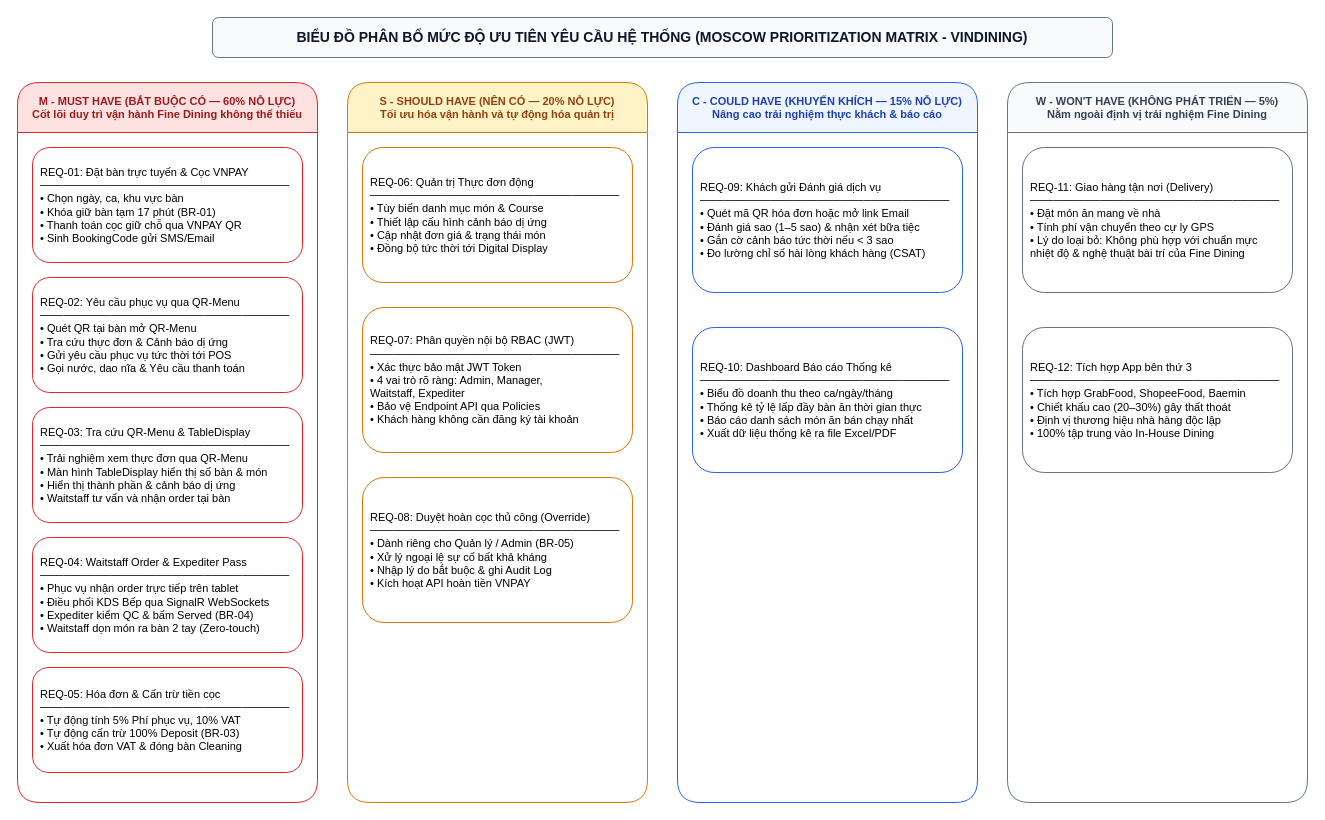
Above: docs/phase1/drawio/moscow_prioritization.drawio in AndrewQng/VinDining (draw.io), before the change. Source tidied: cells renumbered, new cells numbered last; positions are measured from the earlier drawing's top-left corner, leaving out a move shared by most shapes. Both pictures are drawn from the tidied source at 100%, with x=0, y=0 at pixel (17, 17).
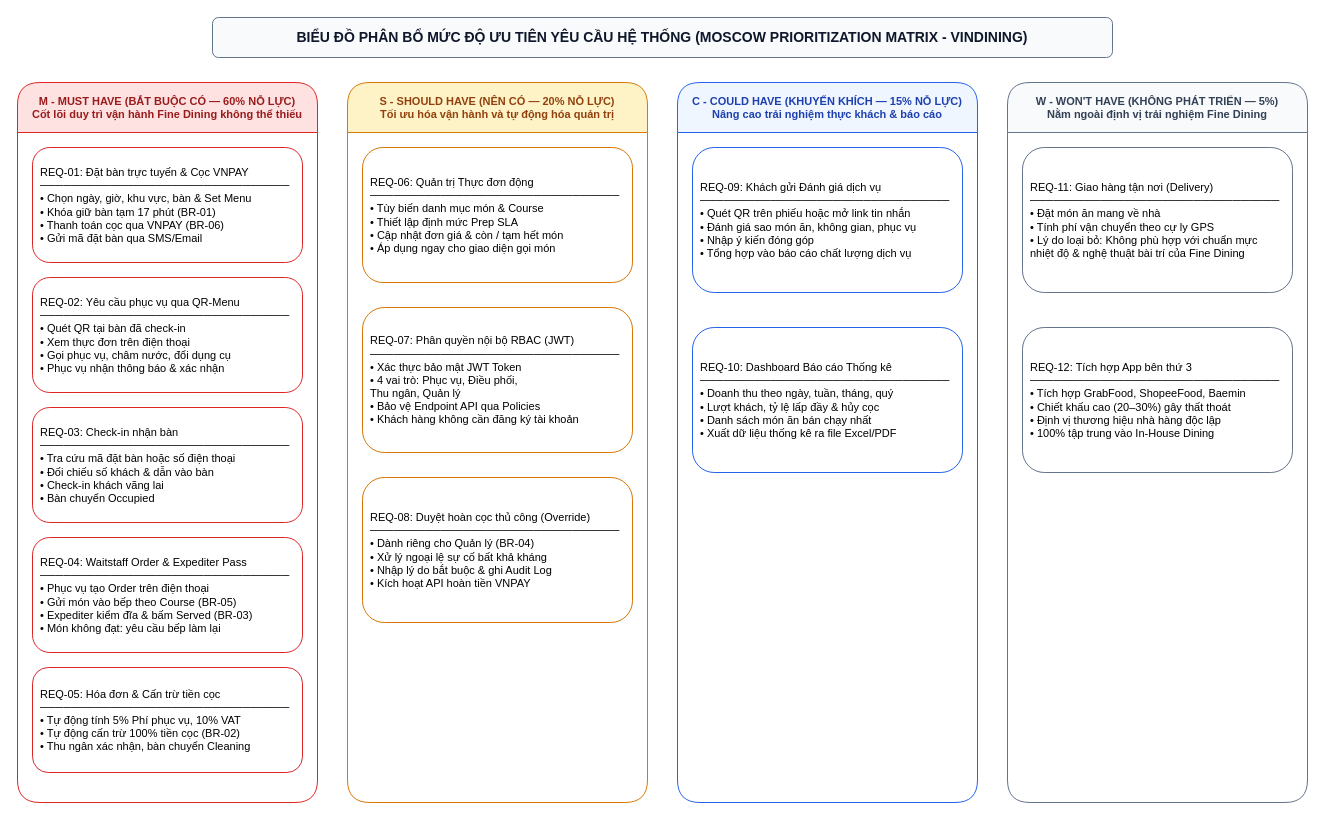
The same page after the edit.

The edit, as a diff of the source:
```diff
@@
 <mxGraphModel>
   <root>
     <mxCell id="0" />
     <mxCell id="1" parent="0" />
     <mxCell id="2" value="BIỂU ĐỒ PHÂN BỔ MỨC ĐỘ ƯU TIÊN YÊU CẦU HỆ THỐNG (MOSCOW PRIORITIZATION MATRIX - VINDINING)" style="rounded=1;whiteSpace=wrap;html=1;fillColor=#f8fafc;strokeColor=#64748b;fontStyle=1;fontSize=14;fontColor=#0f172a;" parent="1" vertex="1">
       <mxGeometry x="195" width="900" height="40" as="geometry" />
     </mxCell>
     <mxCell id="3" value="M - MUST HAVE (BẮT BUỘC CÓ — 60% NỖ LỰC)&#10;Cốt lõi duy trì vận hành Fine Dining không thể thiếu" style="swimlane;startSize=50;fillColor=#fee2e2;strokeColor=#dc2626;fontStyle=1;rounded=1;fontSize=11;fontColor=#991b1b;" parent="1" vertex="1">
       <mxGeometry y="65" width="300" height="720" as="geometry" />
     </mxCell>
-    <mxCell id="4" value="REQ-01: Đặt bàn trực tuyến &amp; Cọc VNPAY&#10;────────────────────────────────&#10;• Chọn ngày, ca, khu vực bàn&#10;• Khóa giữ bàn tạm 17 phút (BR-01)&#10;• Thanh toán cọc giữ chỗ qua VNPAY QR&#10;• Sinh BookingCode gửi SMS/Email" style="rounded=1;whiteSpace=wrap;html=1;fillColor=#ffffff;strokeColor=#dc2626;align=left;spacing=8;fontSize=11;" parent="3" vertex="1">
+    <mxCell id="4" value="REQ-01: Đặt bàn trực tuyến &amp; Cọc VNPAY&#10;────────────────────────────────&#10;• Chọn ngày, giờ, khu vực, bàn &amp; Set Menu&#10;• Khóa giữ bàn tạm 17 phút (BR-01)&#10;• Thanh toán cọc qua VNPAY (BR-06)&#10;• Gửi mã đặt bàn qua SMS/Email" style="rounded=1;whiteSpace=wrap;html=1;fillColor=#ffffff;strokeColor=#dc2626;align=left;spacing=8;fontSize=11;" parent="3" vertex="1">
       <mxGeometry x="15" y="65" width="270" height="115" as="geometry" />
     </mxCell>
-    <mxCell id="5" value="REQ-02: Yêu cầu phục vụ qua QR-Menu&#10;────────────────────────────────&#10;• Quét QR tại bàn mở QR-Menu&#10;• Tra cứu thực đơn &amp; Cảnh báo dị ứng&#10;• Gửi yêu cầu phục vụ tức thời tới POS&#10;• Gọi nước, dao nĩa &amp; Yêu cầu thanh toán" style="rounded=1;whiteSpace=wrap;html=1;fillColor=#ffffff;strokeColor=#dc2626;align=left;spacing=8;fontSize=11;" parent="3" vertex="1">
+    <mxCell id="5" value="REQ-02: Yêu cầu phục vụ qua QR-Menu&#10;────────────────────────────────&#10;• Quét QR tại bàn đã check-in&#10;• Xem thực đơn trên điện thoại&#10;• Gọi phục vụ, châm nước, đổi dụng cụ&#10;• Phục vụ nhận thông báo &amp; xác nhận" style="rounded=1;whiteSpace=wrap;html=1;fillColor=#ffffff;strokeColor=#dc2626;align=left;spacing=8;fontSize=11;" parent="3" vertex="1">
       <mxGeometry x="15" y="195" width="270" height="115" as="geometry" />
     </mxCell>
-    <mxCell id="6" value="REQ-03: Tra cứu QR-Menu &amp; TableDisplay&#10;────────────────────────────────&#10;• Trải nghiệm xem thực đơn qua QR-Menu&#10;• Màn hình TableDisplay hiển thị số bàn &amp; món&#10;• Hiển thị thành phần &amp; cảnh báo dị ứng&#10;• Waitstaff tư vấn và nhận order tại bàn" style="rounded=1;whiteSpace=wrap;html=1;fillColor=#ffffff;strokeColor=#dc2626;align=left;spacing=8;fontSize=11;" parent="3" vertex="1">
+    <mxCell id="6" value="REQ-03: Check-in nhận bàn&#10;────────────────────────────────&#10;• Tra cứu mã đặt bàn hoặc số điện thoại&#10;• Đối chiếu số khách &amp; dẫn vào bàn&#10;• Check-in khách vãng lai&#10;• Bàn chuyển Occupied" style="rounded=1;whiteSpace=wrap;html=1;fillColor=#ffffff;strokeColor=#dc2626;align=left;spacing=8;fontSize=11;" parent="3" vertex="1">
       <mxGeometry x="15" y="325" width="270" height="115" as="geometry" />
     </mxCell>
-    <mxCell id="7" value="REQ-04: Waitstaff Order &amp; Expediter Pass&#10;────────────────────────────────&#10;• Phục vụ nhận order trực tiếp trên tablet&#10;• Điều phối KDS Bếp qua SignalR WebSockets&#10;• Expediter kiểm QC &amp; bấm Served (BR-04)&#10;• Waitstaff dọn món ra bàn 2 tay (Zero-touch)" style="rounded=1;whiteSpace=wrap;html=1;fillColor=#ffffff;strokeColor=#dc2626;align=left;spacing=8;fontSize=11;" parent="3" vertex="1">
+    <mxCell id="7" value="REQ-04: Waitstaff Order &amp; Expediter Pass&#10;────────────────────────────────&#10;• Phục vụ tạo Order trên điện thoại&#10;• Gửi món vào bếp theo Course (BR-05)&#10;• Expediter kiểm đĩa &amp; bấm Served (BR-03)&#10;• Món không đạt: yêu cầu bếp làm lại" style="rounded=1;whiteSpace=wrap;html=1;fillColor=#ffffff;strokeColor=#dc2626;align=left;spacing=8;fontSize=11;" parent="3" vertex="1">
       <mxGeometry x="15" y="455" width="270" height="115" as="geometry" />
     </mxCell>
-    <mxCell id="8" value="REQ-05: Hóa đơn &amp; Cấn trừ tiền cọc&#10;────────────────────────────────&#10;• Tự động tính 5% Phí phục vụ, 10% VAT&#10;• Tự động cấn trừ 100% Deposit (BR-03)&#10;• Xuất hóa đơn VAT &amp; đóng bàn Cleaning" style="rounded=1;whiteSpace=wrap;html=1;fillColor=#ffffff;strokeColor=#dc2626;align=left;spacing=8;fontSize=11;" parent="3" vertex="1">
+    <mxCell id="8" value="REQ-05: Hóa đơn &amp; Cấn trừ tiền cọc&#10;────────────────────────────────&#10;• Tự động tính 5% Phí phục vụ, 10% VAT&#10;• Tự động cấn trừ 100% tiền cọc (BR-02)&#10;• Thu ngân xác nhận, bàn chuyển Cleaning" style="rounded=1;whiteSpace=wrap;html=1;fillColor=#ffffff;strokeColor=#dc2626;align=left;spacing=8;fontSize=11;" parent="3" vertex="1">
       <mxGeometry x="15" y="585" width="270" height="105" as="geometry" />
     </mxCell>
     <mxCell id="9" value="S - SHOULD HAVE (NÊN CÓ — 20% NỖ LỰC)&#10;Tối ưu hóa vận hành và tự động hóa quản trị" style="swimlane;startSize=50;fillColor=#fef3c7;strokeColor=#d97706;fontStyle=1;rounded=1;fontSize=11;fontColor=#92400e;" parent="1" vertex="1">
       <mxGeometry x="330" y="65" width="300" height="720" as="geometry" />
     </mxCell>
-    <mxCell id="10" value="REQ-06: Quản trị Thực đơn động&#10;────────────────────────────────&#10;• Tùy biến danh mục món &amp; Course&#10;• Thiết lập cấu hình cảnh báo dị ứng&#10;• Cập nhật đơn giá &amp; trạng thái món&#10;• Đồng bộ tức thời tới Digital Display" style="rounded=1;whiteSpace=wrap;html=1;fillColor=#ffffff;strokeColor=#d97706;align=left;spacing=8;fontSize=11;" parent="9" vertex="1">
+    <mxCell id="10" value="REQ-06: Quản trị Thực đơn động&#10;────────────────────────────────&#10;• Tùy biến danh mục món &amp; Course&#10;• Thiết lập định mức Prep SLA&#10;• Cập nhật đơn giá &amp; còn / tạm hết món&#10;• Áp dụng ngay cho giao diện gọi món" style="rounded=1;whiteSpace=wrap;html=1;fillColor=#ffffff;strokeColor=#d97706;align=left;spacing=8;fontSize=11;" parent="9" vertex="1">
       <mxGeometry x="15" y="65" width="270" height="135" as="geometry" />
     </mxCell>
-    <mxCell id="11" value="REQ-07: Phân quyền nội bộ RBAC (JWT)&#10;────────────────────────────────&#10;• Xác thực bảo mật JWT Token&#10;• 4 vai trò rõ ràng: Admin, Manager,&#10;  Waitstaff, Expediter&#10;• Bảo vệ Endpoint API qua Policies&#10;• Khách hàng không cần đăng ký tài khoản" style="rounded=1;whiteSpace=wrap;html=1;fillColor=#ffffff;strokeColor=#d97706;align=left;spacing=8;fontSize=11;" parent="9" vertex="1">
+    <mxCell id="11" value="REQ-07: Phân quyền nội bộ RBAC (JWT)&#10;────────────────────────────────&#10;• Xác thực bảo mật JWT Token&#10;• 4 vai trò: Phục vụ, Điều phối,&#10;  Thu ngân, Quản lý&#10;• Bảo vệ Endpoint API qua Policies&#10;• Khách hàng không cần đăng ký tài khoản" style="rounded=1;whiteSpace=wrap;html=1;fillColor=#ffffff;strokeColor=#d97706;align=left;spacing=8;fontSize=11;" parent="9" vertex="1">
       <mxGeometry x="15" y="225" width="270" height="145" as="geometry" />
     </mxCell>
-    <mxCell id="12" value="REQ-08: Duyệt hoàn cọc thủ công (Override)&#10;────────────────────────────────&#10;• Dành riêng cho Quản lý / Admin (BR-05)&#10;• Xử lý ngoại lệ sự cố bất khả kháng&#10;• Nhập lý do bắt buộc &amp; ghi Audit Log&#10;• Kích hoạt API hoàn tiền VNPAY" style="rounded=1;whiteSpace=wrap;html=1;fillColor=#ffffff;strokeColor=#d97706;align=left;spacing=8;fontSize=11;" parent="9" vertex="1">
+    <mxCell id="12" value="REQ-08: Duyệt hoàn cọc thủ công (Override)&#10;────────────────────────────────&#10;• Dành riêng cho Quản lý (BR-04)&#10;• Xử lý ngoại lệ sự cố bất khả kháng&#10;• Nhập lý do bắt buộc &amp; ghi Audit Log&#10;• Kích hoạt API hoàn tiền VNPAY" style="rounded=1;whiteSpace=wrap;html=1;fillColor=#ffffff;strokeColor=#d97706;align=left;spacing=8;fontSize=11;" parent="9" vertex="1">
       <mxGeometry x="15" y="395" width="270" height="145" as="geometry" />
     </mxCell>
     <mxCell id="13" value="C - COULD HAVE (KHUYẾN KHÍCH — 15% NỖ LỰC)&#10;Nâng cao trải nghiệm thực khách &amp; báo cáo" style="swimlane;startSize=50;fillColor=#eff6ff;strokeColor=#2563eb;fontStyle=1;rounded=1;fontSize=11;fontColor=#1e40af;" parent="1" vertex="1">
       <mxGeometry x="660" y="65" width="300" height="720" as="geometry" />
     </mxCell>
-    <mxCell id="14" value="REQ-09: Khách gửi Đánh giá dịch vụ&#10;────────────────────────────────&#10;• Quét mã QR hóa đơn hoặc mở link Email&#10;• Đánh giá sao (1–5 sao) &amp; nhận xét bữa tiệc&#10;• Gắn cờ cảnh báo tức thời nếu &lt; 3 sao&#10;• Đo lường chỉ số hài lòng khách hàng (CSAT)" style="rounded=1;whiteSpace=wrap;html=1;fillColor=#ffffff;strokeColor=#2563eb;align=left;spacing=8;fontSize=11;" parent="13" vertex="1">
+    <mxCell id="14" value="REQ-09: Khách gửi Đánh giá dịch vụ&#10;────────────────────────────────&#10;• Quét QR trên phiếu hoặc mở link tin nhắn&#10;• Đánh giá sao món ăn, không gian, phục vụ&#10;• Nhập ý kiến đóng góp&#10;• Tổng hợp vào báo cáo chất lượng dịch vụ" style="rounded=1;whiteSpace=wrap;html=1;fillColor=#ffffff;strokeColor=#2563eb;align=left;spacing=8;fontSize=11;" parent="13" vertex="1">
       <mxGeometry x="15" y="65" width="270" height="145" as="geometry" />
     </mxCell>
-    <mxCell id="15" value="REQ-10: Dashboard Báo cáo Thống kê&#10;────────────────────────────────&#10;• Biểu đồ doanh thu theo ca/ngày/tháng&#10;• Thống kê tỷ lệ lấp đầy bàn ăn thời gian thực&#10;• Báo cáo danh sách món ăn bán chạy nhất&#10;• Xuất dữ liệu thống kê ra file Excel/PDF" style="rounded=1;whiteSpace=wrap;html=1;fillColor=#ffffff;strokeColor=#2563eb;align=left;spacing=8;fontSize=11;" parent="13" vertex="1">
+    <mxCell id="15" value="REQ-10: Dashboard Báo cáo Thống kê&#10;────────────────────────────────&#10;• Doanh thu theo ngày, tuần, tháng, quý&#10;• Lượt khách, tỷ lệ lấp đầy &amp; hủy cọc&#10;• Danh sách món ăn bán chạy nhất&#10;• Xuất dữ liệu thống kê ra file Excel/PDF" style="rounded=1;whiteSpace=wrap;html=1;fillColor=#ffffff;strokeColor=#2563eb;align=left;spacing=8;fontSize=11;" parent="13" vertex="1">
       <mxGeometry x="15" y="245" width="270" height="145" as="geometry" />
     </mxCell>
     <mxCell id="16" value="W - WON'T HAVE (KHÔNG PHÁT TRIỂN — 5%)&#10;Nằm ngoài định vị trải nghiệm Fine Dining" style="swimlane;startSize=50;fillColor=#f8fafc;strokeColor=#64748b;fontStyle=1;rounded=1;fontSize=11;fontColor=#334155;" parent="1" vertex="1">
       <mxGeometry x="990" y="65" width="300" height="720" as="geometry" />
     </mxCell>
     <mxCell id="17" value="REQ-11: Giao hàng tận nơi (Delivery)&#10;────────────────────────────────&#10;• Đặt món ăn mang về nhà&#10;• Tính phí vận chuyển theo cự ly GPS&#10;• Lý do loại bỏ: Không phù hợp với chuẩn mực&#10;  nhiệt độ &amp; nghệ thuật bài trí của Fine Dining" style="rounded=1;whiteSpace=wrap;html=1;fillColor=#ffffff;strokeColor=#64748b;align=left;spacing=8;fontSize=11;" parent="16" vertex="1">
       <mxGeometry x="15" y="65" width="270" height="145" as="geometry" />
     </mxCell>
     <mxCell id="18" value="REQ-12: Tích hợp App bên thứ 3&#10;────────────────────────────────&#10;• Tích hợp GrabFood, ShopeeFood, Baemin&#10;• Chiết khấu cao (20–30%) gây thất thoát&#10;• Định vị thương hiệu nhà hàng độc lập&#10;• 100% tập trung vào In-House Dining" style="rounded=1;whiteSpace=wrap;html=1;fillColor=#ffffff;strokeColor=#64748b;align=left;spacing=8;fontSize=11;" parent="16" vertex="1">
       <mxGeometry x="15" y="245" width="270" height="145" as="geometry" />
     </mxCell>
   </root>
 </mxGraphModel>
```
